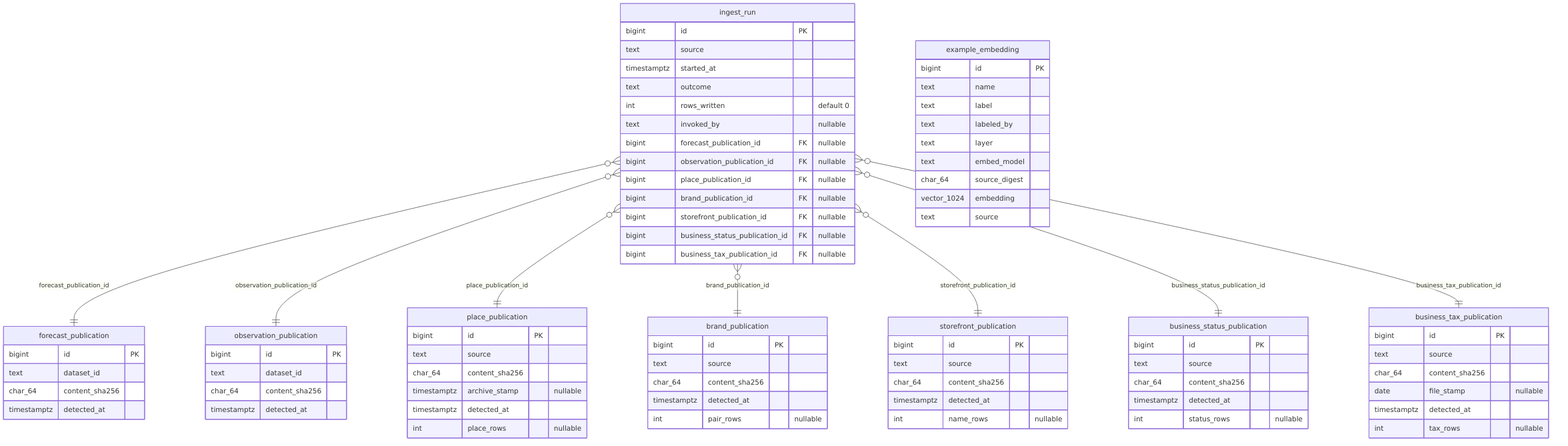
Earlier version of the Mermaid export docs/diagrams/er-ledger.png (JacksonG-TW/Uptoyou). Its source is kept beside it as docs/diagrams/er-ledger.mmd. Source of this version:
```mermaid
erDiagram
    ingest_run {
        bigint id PK
        text source
        timestamptz started_at
        text outcome
        int rows_written "default 0"
        text invoked_by "nullable"
        bigint forecast_publication_id FK "nullable"
        bigint observation_publication_id FK "nullable"
        bigint place_publication_id FK "nullable"
        bigint brand_publication_id FK "nullable"
        bigint storefront_publication_id FK "nullable"
        bigint business_status_publication_id FK "nullable"
        bigint business_tax_publication_id FK "nullable"
    }
    example_embedding {
        bigint id PK
        text name
        text label
        text labeled_by
        text layer
        text embed_model
        char_64 source_digest
        vector_1024 embedding
        text source
    }
    forecast_publication {
        bigint id PK
        text dataset_id
        char_64 content_sha256
        timestamptz detected_at
    }
    observation_publication {
        bigint id PK
        text dataset_id
        char_64 content_sha256
        timestamptz detected_at
    }
    place_publication {
        bigint id PK
        text source
        char_64 content_sha256
        timestamptz archive_stamp "nullable"
        timestamptz detected_at
        int place_rows "nullable"
    }
    brand_publication {
        bigint id PK
        text source
        char_64 content_sha256
        timestamptz detected_at
        int pair_rows "nullable"
    }
    storefront_publication {
        bigint id PK
        text source
        char_64 content_sha256
        timestamptz detected_at
        int name_rows "nullable"
    }
    business_status_publication {
        bigint id PK
        text source
        char_64 content_sha256
        timestamptz detected_at
        int status_rows "nullable"
    }
    business_tax_publication {
        bigint id PK
        text source
        char_64 content_sha256
        date file_stamp "nullable"
        timestamptz detected_at
        int tax_rows "nullable"
    }
    ingest_run }o--|| forecast_publication : "forecast_publication_id"
    ingest_run }o--|| observation_publication : "observation_publication_id"
    ingest_run }o--|| place_publication : "place_publication_id"
    ingest_run }o--|| brand_publication : "brand_publication_id"
    ingest_run }o--|| storefront_publication : "storefront_publication_id"
    ingest_run }o--|| business_status_publication : "business_status_publication_id"
    ingest_run }o--|| business_tax_publication : "business_tax_publication_id"
```
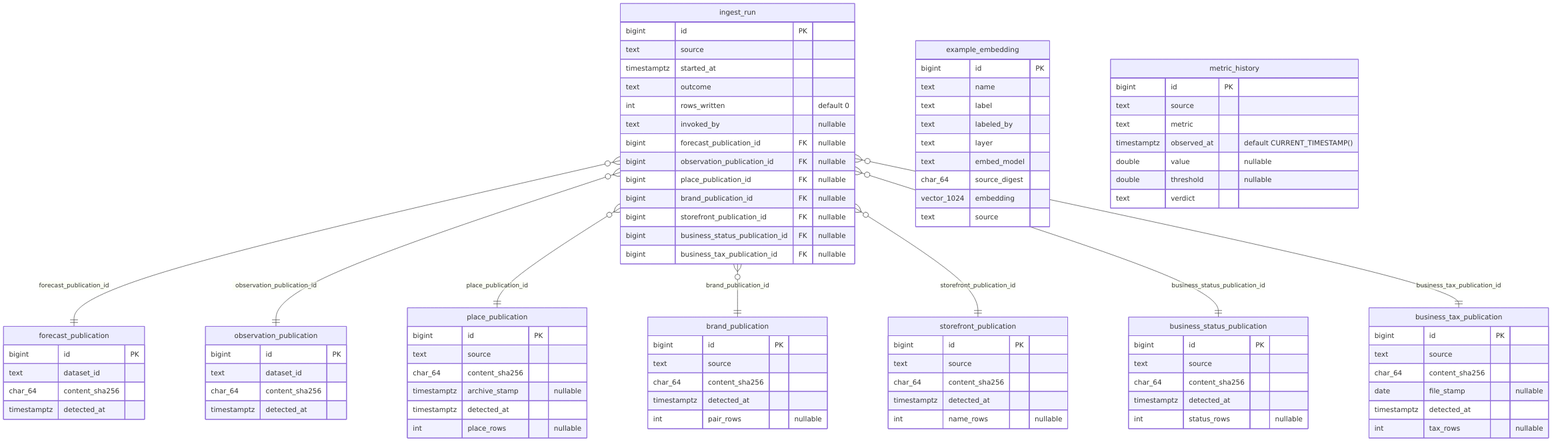
Above is the later version.

Diff of the diagram source:
```diff
@@ -24,6 +24,15 @@
         char_64 source_digest
         vector_1024 embedding
         text source
+    }
+    metric_history {
+        bigint id PK
+        text source
+        text metric
+        timestamptz observed_at "default CURRENT_TIMESTAMP()"
+        double value "nullable"
+        double threshold "nullable"
+        text verdict
     }
     forecast_publication {
         bigint id PK
```
